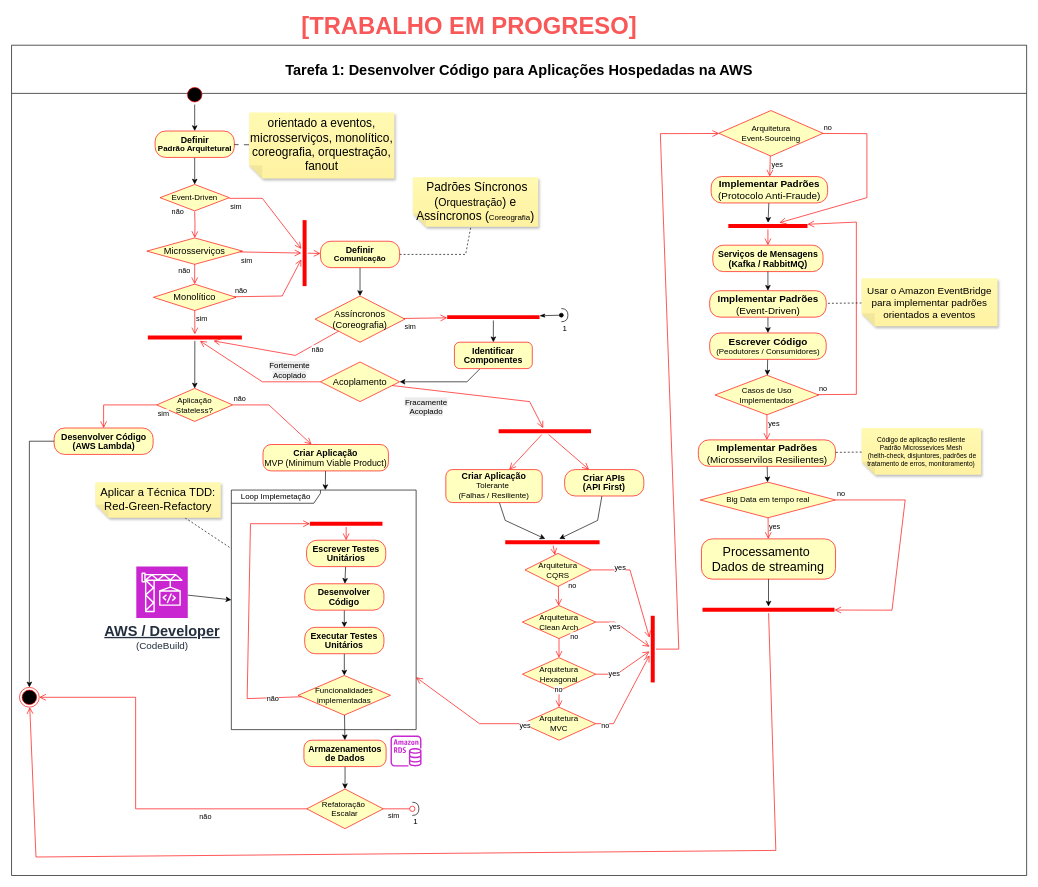
pssilva/provedor-nuvem-certifications keeps this draw.io diagram as certificacoes-aws/aws-certified-developer-associate/d1-t1-desenvover-codigo-hospegar-aws/evidencias/diagramas/DA-d1-t1-desenvolver-codigo-hospegar-aws.drawio. Above is the earlier version. Source tidied: cells renumbered, new cells numbered last; positions are measured from the earlier drawing's top-left corner, leaving out a move shared by most shapes. Both pictures are drawn from the tidied source at 66%, with x=0, y=0 at pixel (11, 16).
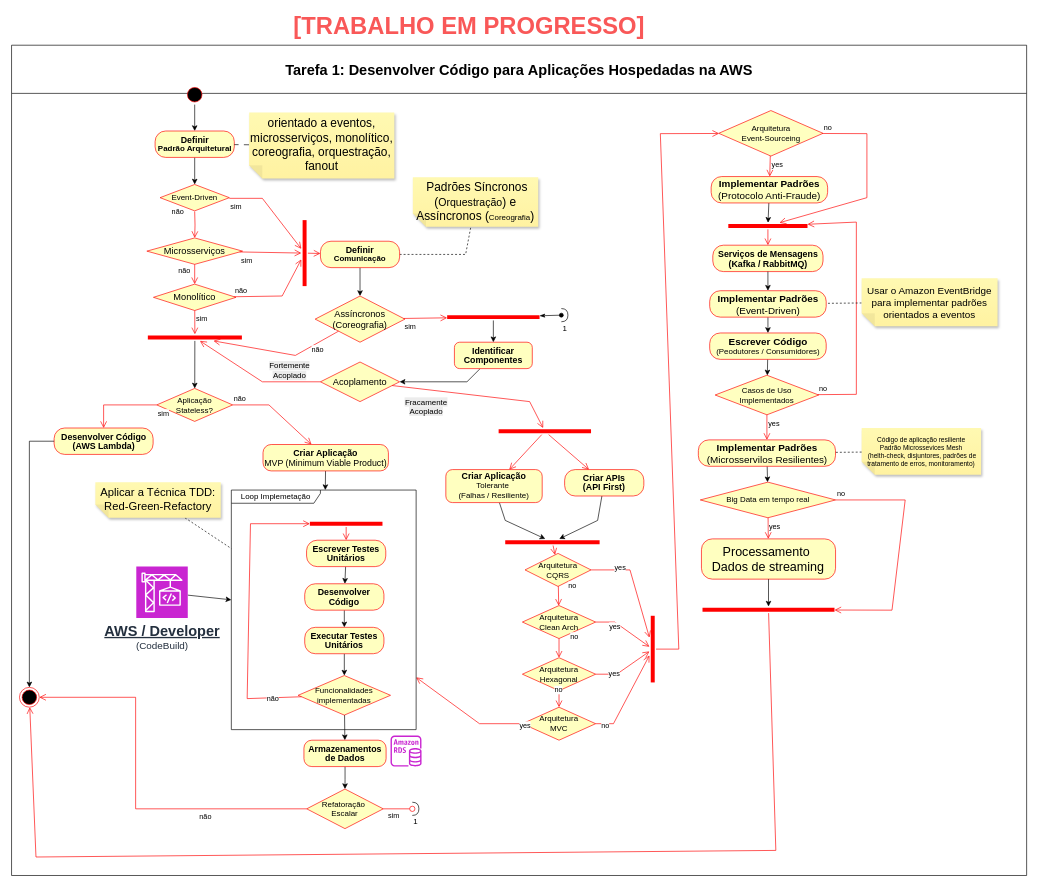
The same diagram, later.

The edit, as a diff of the source:
```diff
@@
-    <mxCell id="122" value="&lt;font style=&quot;font-size: 36px; color: light-dark(rgb(249, 88, 88), rgb(237, 237, 237));&quot;&gt;[TRABALHO EM PROGRESO]&lt;/font&gt;" style="text;align=center;fontStyle=1;verticalAlign=middle;spacingLeft=3;spacingRight=3;strokeColor=none;html=1;" parent="1" vertex="1">
+    <mxCell id="122" value="&lt;font style=&quot;font-size: 36px; color: light-dark(rgb(249, 88, 88), rgb(237, 237, 237));&quot;&gt;[TRABALHO EM PROGRESSO]&lt;/font&gt;" style="text;align=center;fontStyle=1;verticalAlign=middle;spacingLeft=3;spacingRight=3;strokeColor=none;html=1;" parent="1" vertex="1">
       <mxGeometry x="653" width="80" height="26" as="geometry" />
     </mxCell>
```
